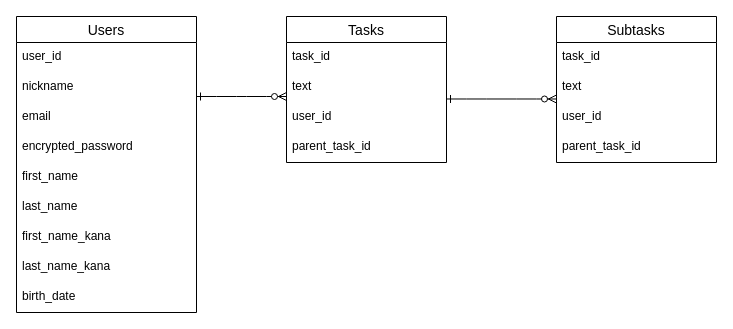
This is ER.dio from shiraishono/task_manager, a draw.io file, before an edit. Source tidied: cells renumbered, new cells numbered last; positions are measured from the earlier drawing's top-left corner, leaving out a move shared by most shapes. Both pictures are drawn from the tidied source at 100%, with x=0, y=0 at pixel (16, 16).
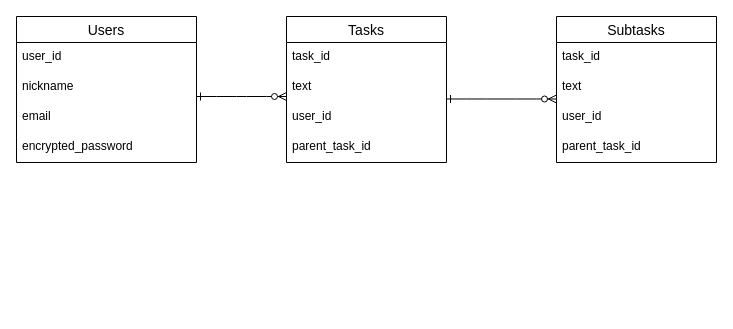
The same diagram, later.

Diff of the diagram source:
```diff
@@
     <mxCell id="2" value="Users" style="swimlane;fontStyle=0;horizontal=1;startSize=26;align=center;fontSize=14;" parent="1" vertex="1">
-      <mxGeometry width="180" height="296" as="geometry" />
+      <mxGeometry width="180" height="146" as="geometry" />
     </mxCell>
@@
-    <mxCell id="7" value="first_name" style="text;strokeColor=none;fillColor=none;spacingLeft=4;spacingRight=4;overflow=hidden;fontSize=12;" parent="2" vertex="1">
-      <mxGeometry y="146" width="180" height="30" as="geometry" />
-    </mxCell>
-    <mxCell id="8" value="last_name" style="text;strokeColor=none;fillColor=none;spacingLeft=4;spacingRight=4;overflow=hidden;fontSize=12;" parent="2" vertex="1">
-      <mxGeometry y="176" width="180" height="30" as="geometry" />
-    </mxCell>
-    <mxCell id="9" value="first_name_kana" style="text;strokeColor=none;fillColor=none;spacingLeft=4;spacingRight=4;overflow=hidden;fontSize=12;" parent="2" vertex="1">
-      <mxGeometry y="206" width="180" height="30" as="geometry" />
-    </mxCell>
-    <mxCell id="10" value="last_name_kana" style="text;strokeColor=none;fillColor=none;spacingLeft=4;spacingRight=4;overflow=hidden;fontSize=12;" parent="2" vertex="1">
-      <mxGeometry y="236" width="180" height="30" as="geometry" />
-    </mxCell>
-    <mxCell id="11" value="birth_date" style="text;strokeColor=none;fillColor=none;spacingLeft=4;spacingRight=4;overflow=hidden;fontSize=12;" parent="2" vertex="1">
-      <mxGeometry y="266" width="180" height="30" as="geometry" />
-    </mxCell>
```
